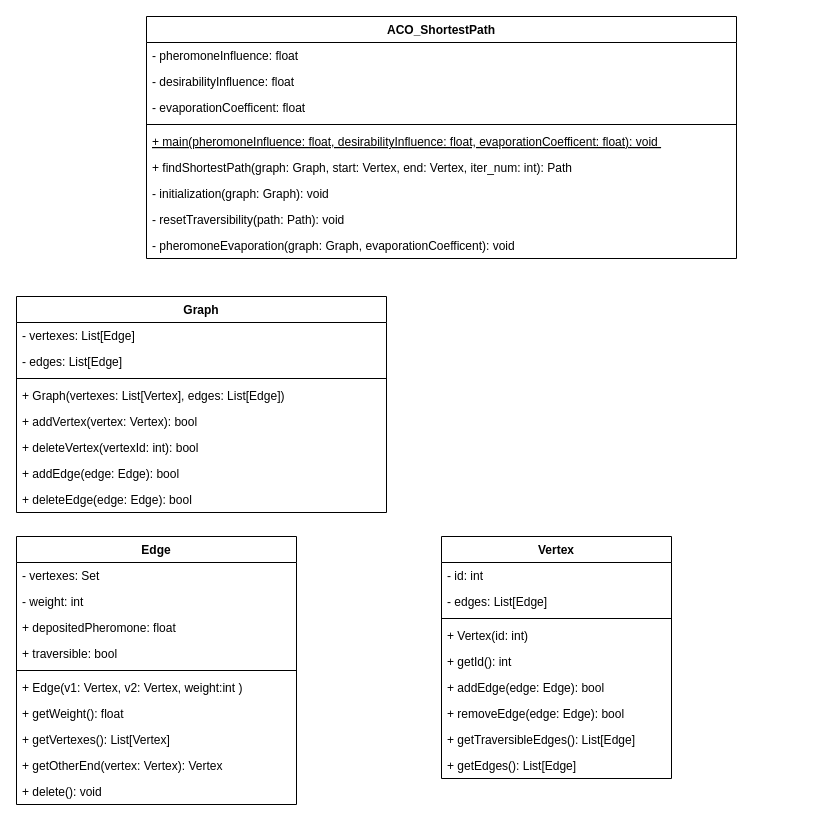
Above: Diagrams/ClassDiagram_ACO_ShortestPath.drawio in Michael-Czekanski/ACO_ShortestPath_Documentation (draw.io), before the change. Source tidied: cells renumbered, new cells numbered last; positions are measured from the earlier drawing's top-left corner, leaving out a move shared by most shapes. Both pictures are drawn from the tidied source at 100%, with x=0, y=0 at pixel (16, 16).
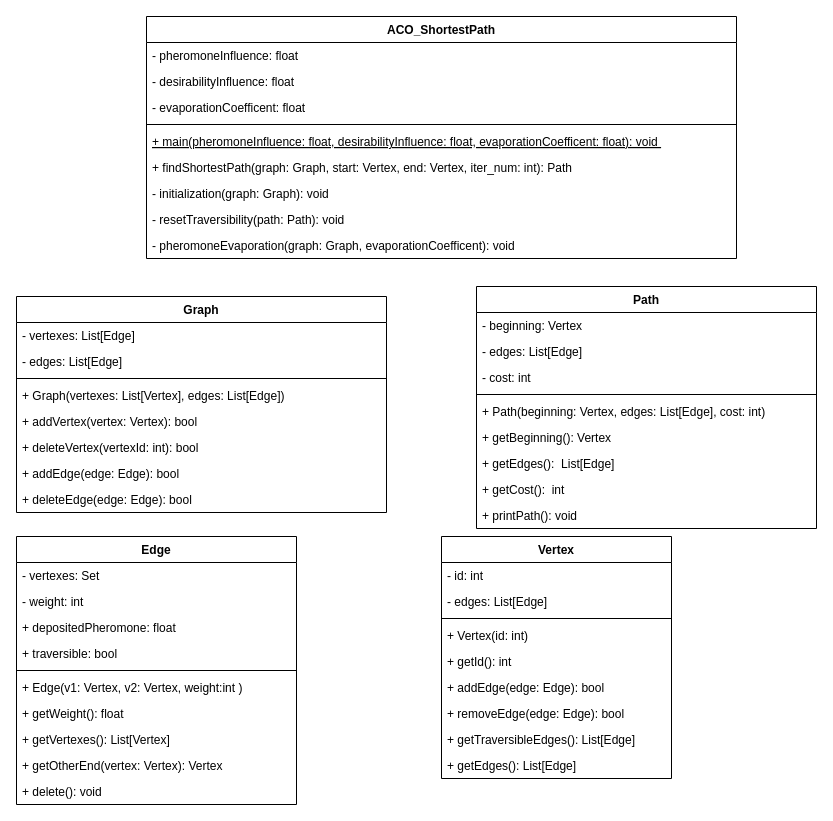
After the change.

Commit message:
Add Path class to class diagram

Diff of the diagram source:
```diff
@@
+    <mxCell id="42" value="Path" style="swimlane;fontStyle=1;align=center;verticalAlign=top;horizontal=1;startSize=26;" parent="1" vertex="1">
+      <mxGeometry x="460" y="270" width="340" height="242" as="geometry" />
+    </mxCell>
+    <mxCell id="43" value="- beginning: Vertex" style="text;strokeColor=none;fillColor=none;align=left;verticalAlign=top;spacingLeft=4;spacingRight=4;overflow=hidden;" parent="42" vertex="1">
+      <mxGeometry y="26" width="340" height="26" as="geometry" />
+    </mxCell>
+    <mxCell id="44" value="- edges: List[Edge]" style="text;strokeColor=none;fillColor=none;align=left;verticalAlign=top;spacingLeft=4;spacingRight=4;overflow=hidden;" parent="42" vertex="1">
+      <mxGeometry y="52" width="340" height="26" as="geometry" />
+    </mxCell>
+    <mxCell id="45" value="- cost: int" style="text;strokeColor=none;fillColor=none;align=left;verticalAlign=top;spacingLeft=4;spacingRight=4;overflow=hidden;" parent="42" vertex="1">
+      <mxGeometry y="78" width="340" height="26" as="geometry" />
+    </mxCell>
+    <mxCell id="46" style="line;strokeWidth=1;fillColor=none;align=left;verticalAlign=middle;spacingTop=-1;spacingLeft=3;spacingRight=3;labelPosition=right;" parent="42" vertex="1">
+      <mxGeometry y="104" width="340" height="8" as="geometry" />
+    </mxCell>
+    <mxCell id="47" value="+ Path(beginning: Vertex, edges: List[Edge], cost: int)" style="text;strokeColor=none;fillColor=none;align=left;verticalAlign=top;spacingLeft=4;spacingRight=4;overflow=hidden;" parent="42" vertex="1">
+      <mxGeometry y="112" width="340" height="26" as="geometry" />
+    </mxCell>
+    <mxCell id="48" value="+ getBeginning(): Vertex" style="text;strokeColor=none;fillColor=none;align=left;verticalAlign=top;spacingLeft=4;spacingRight=4;overflow=hidden;" parent="42" vertex="1">
+      <mxGeometry y="138" width="340" height="26" as="geometry" />
+    </mxCell>
+    <mxCell id="49" value="+ getEdges():  List[Edge]" style="text;strokeColor=none;fillColor=none;align=left;verticalAlign=top;spacingLeft=4;spacingRight=4;overflow=hidden;" parent="42" vertex="1">
+      <mxGeometry y="164" width="340" height="26" as="geometry" />
+    </mxCell>
+    <mxCell id="50" value="+ getCost():  int" style="text;strokeColor=none;fillColor=none;align=left;verticalAlign=top;spacingLeft=4;spacingRight=4;overflow=hidden;" parent="42" vertex="1">
+      <mxGeometry y="190" width="340" height="26" as="geometry" />
+    </mxCell>
+    <mxCell id="51" value="+ printPath(): void" style="text;strokeColor=none;fillColor=none;align=left;verticalAlign=top;spacingLeft=4;spacingRight=4;overflow=hidden;" parent="42" vertex="1">
+      <mxGeometry y="216" width="340" height="26" as="geometry" />
+    </mxCell>
```
